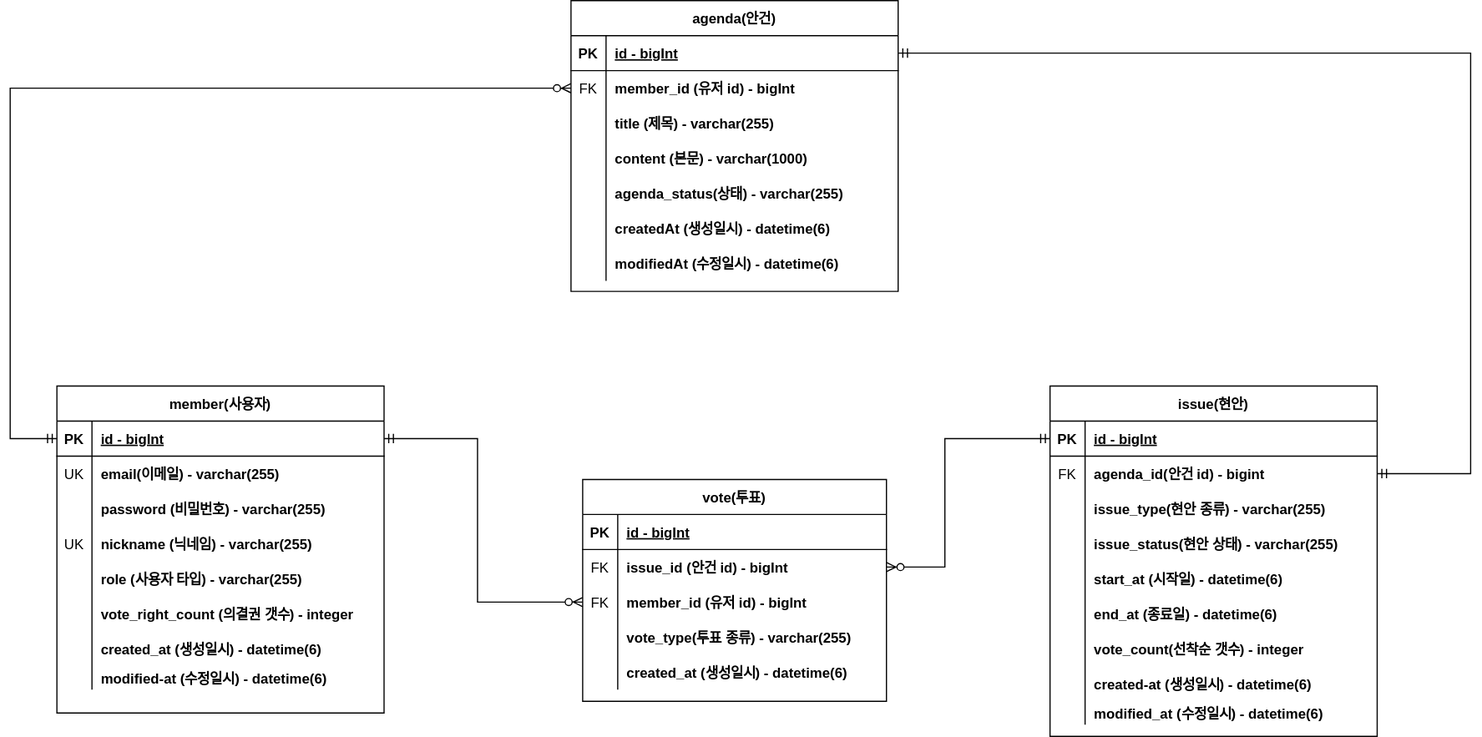
Before: backend/voting/document/voting-erd.svg, a diagram exported from draw.io (haaeee/e-voting). Source tidied: cells renumbered, new cells last; positions are measured from the earlier drawing's top-left corner, leaving out a move shared by most shapes.
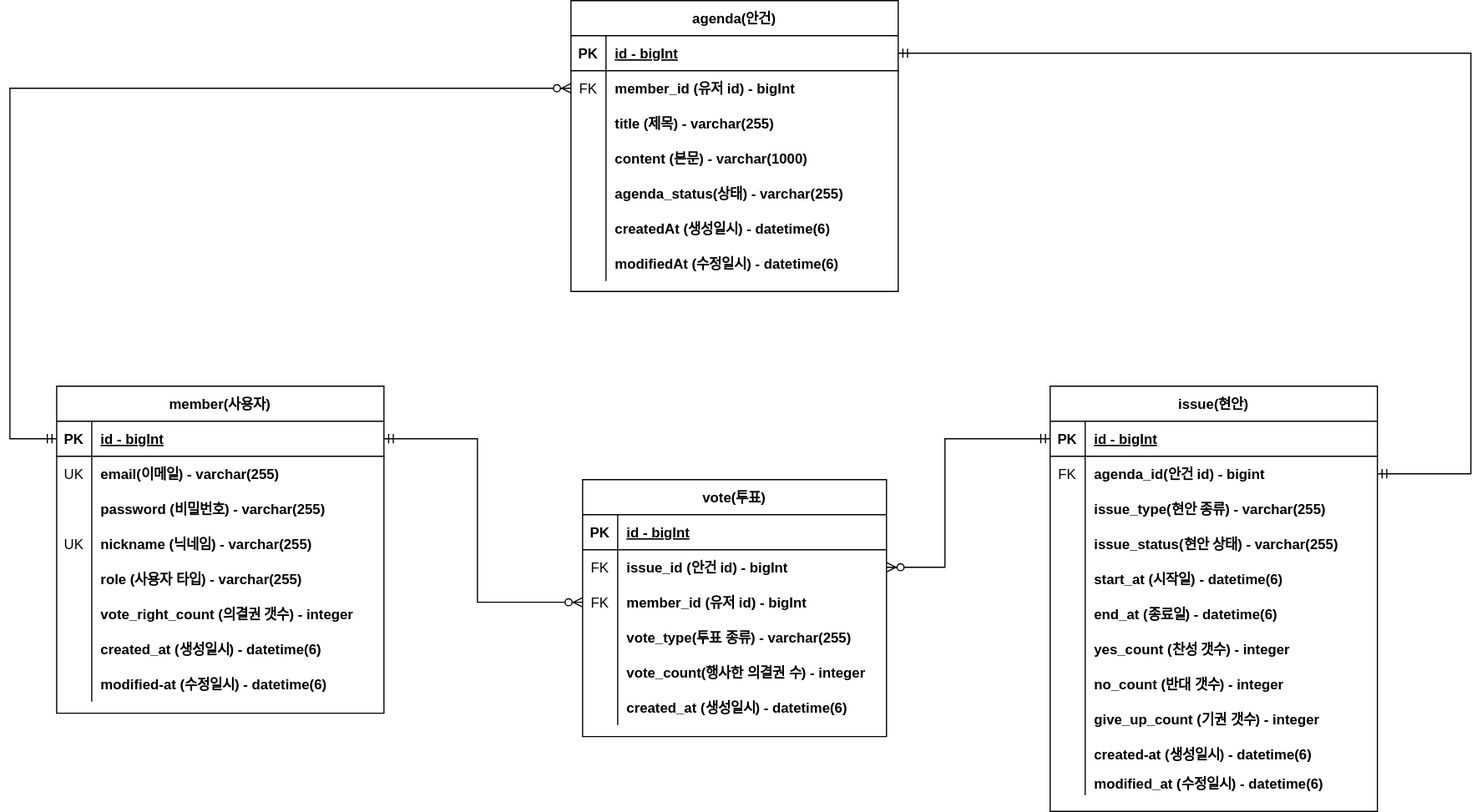
After the commit.

What changed in the source:
```diff
@@ -69,7 +69,7 @@
       <mxGeometry x="30" width="250" height="30" as="geometry" />
     </mxCell>
     <mxCell id="24" value="vote(투표)" style="shape=table;startSize=30;rowLines=0;fontStyle=1;align=center;" parent="1" vertex="1">
-      <mxGeometry x="490" y="410" width="260" height="190" as="geometry" />
+      <mxGeometry x="490" y="410" width="260" height="220" as="geometry" />
     </mxCell>
     <mxCell id="25" style="shape=partialRectangle;fillColor=none;top=0;left=0;right=0;bottom=1;" parent="24" vertex="1">
       <mxGeometry y="30" width="260" height="30" as="geometry" />
@@ -107,8 +107,17 @@
     <mxCell id="36" value="vote_type(투표 종류) - varchar(255)" style="shape=partialRectangle;overflow=hidden;fillColor=none;top=0;left=0;bottom=0;right=0;align=left;spacingLeft=6;fontStyle=1;" parent="34" vertex="1">
       <mxGeometry x="30" width="230" height="30" as="geometry" />
     </mxCell>
+    <mxCell id="99" style="shape=partialRectangle;fillColor=none;top=0;left=0;right=0;bottom=0;" parent="24" vertex="1">
+      <mxGeometry y="150" width="260" height="30" as="geometry" />
+    </mxCell>
+    <mxCell id="100" style="shape=partialRectangle;overflow=hidden;fillColor=none;top=0;left=0;bottom=0;right=0;fontStyle=0;" parent="99" vertex="1">
+      <mxGeometry width="30" height="30" as="geometry" />
+    </mxCell>
+    <mxCell id="101" value="vote_count(행사한 의결권 수) - integer" style="shape=partialRectangle;overflow=hidden;fillColor=none;top=0;left=0;bottom=0;right=0;align=left;spacingLeft=6;fontStyle=1;" parent="99" vertex="1">
+      <mxGeometry x="30" width="230" height="30" as="geometry" />
+    </mxCell>
     <mxCell id="37" style="shape=partialRectangle;fillColor=none;top=0;left=0;right=0;bottom=0;" parent="24" vertex="1">
-      <mxGeometry y="150" width="260" height="30" as="geometry" />
+      <mxGeometry y="180" width="260" height="30" as="geometry" />
     </mxCell>
     <mxCell id="38" style="shape=partialRectangle;overflow=hidden;fillColor=none;top=0;left=0;bottom=0;right=0;" parent="37" vertex="1">
       <mxGeometry width="30" height="30" as="geometry" />
@@ -183,13 +192,13 @@
       <mxGeometry x="30" width="250" height="30" as="geometry" />
     </mxCell>
     <mxCell id="62" style="shape=partialRectangle;fillColor=none;top=0;left=0;right=0;bottom=0;" parent="40" vertex="1">
-      <mxGeometry y="240" width="280" height="20" as="geometry" />
+      <mxGeometry y="240" width="280" height="30" as="geometry" />
     </mxCell>
     <mxCell id="63" style="shape=partialRectangle;overflow=hidden;fillColor=none;top=0;left=0;bottom=0;right=0;" parent="62" vertex="1">
-      <mxGeometry width="30" height="20" as="geometry" />
+      <mxGeometry width="30" height="30" as="geometry" />
     </mxCell>
     <mxCell id="64" value="modified-at (수정일시) - datetime(6)" style="shape=partialRectangle;overflow=hidden;fillColor=none;top=0;left=0;bottom=0;right=0;align=left;spacingLeft=6;fontStyle=1;" parent="62" vertex="1">
-      <mxGeometry x="30" width="250" height="20" as="geometry" />
+      <mxGeometry x="30" width="250" height="30" as="geometry" />
     </mxCell>
     <mxCell id="65" style="edgeStyle=orthogonalEdgeStyle;fontSize=12;html=1;endArrow=ERzeroToMany;startArrow=ERmandOne;exitX=0;exitY=0.5;exitDx=0;exitDy=0;strokeColor=none;rounded=0;" parent="1" edge="1" source="41" target="3">
       <mxGeometry relative="1" as="geometry">
@@ -219,7 +228,7 @@
       </mxGeometry>
     </mxCell>
     <mxCell id="68" value="issue(현안)" style="shape=table;startSize=30;rowLines=0;fontStyle=1;align=center;" parent="1" vertex="1">
-      <mxGeometry x="890" y="330" width="280" height="300" as="geometry" />
+      <mxGeometry x="890" y="330" width="280" height="364" as="geometry" />
     </mxCell>
     <mxCell id="69" style="shape=partialRectangle;fillColor=none;points=[[0,0.5],[1,0.5]];portConstraint=eastwest;top=0;left=0;right=0;bottom=1;" parent="68" vertex="1">
       <mxGeometry y="30" width="280" height="30" as="geometry" />
@@ -281,11 +290,29 @@
     <mxCell id="88" style="shape=partialRectangle;overflow=hidden;fillColor=none;top=0;left=0;bottom=0;right=0;fontStyle=0;" parent="87" vertex="1">
       <mxGeometry width="30" height="30" as="geometry" />
     </mxCell>
-    <mxCell id="89" value="vote_count(선착순 갯수) - integer" style="shape=partialRectangle;overflow=hidden;fillColor=none;top=0;left=0;bottom=0;right=0;align=left;spacingLeft=6;fontStyle=1;" parent="87" vertex="1">
+    <mxCell id="89" value="yes_count (찬성 갯수) - integer" style="shape=partialRectangle;overflow=hidden;fillColor=none;top=0;left=0;bottom=0;right=0;align=left;spacingLeft=6;fontStyle=1;" parent="87" vertex="1">
       <mxGeometry x="30" width="250" height="30" as="geometry" />
     </mxCell>
+    <mxCell id="102" style="shape=partialRectangle;fillColor=none;top=0;left=0;right=0;bottom=0;fontStyle=1;" parent="68" vertex="1">
+      <mxGeometry y="240" width="280" height="30" as="geometry" />
+    </mxCell>
+    <mxCell id="103" style="shape=partialRectangle;overflow=hidden;fillColor=none;top=0;left=0;bottom=0;right=0;fontStyle=0;" parent="102" vertex="1">
+      <mxGeometry width="30" height="30" as="geometry" />
+    </mxCell>
+    <mxCell id="104" value="no_count (반대 갯수) - integer" style="shape=partialRectangle;overflow=hidden;fillColor=none;top=0;left=0;bottom=0;right=0;align=left;spacingLeft=6;fontStyle=1;" parent="102" vertex="1">
+      <mxGeometry x="30" width="250" height="30" as="geometry" />
+    </mxCell>
+    <mxCell id="105" style="shape=partialRectangle;fillColor=none;top=0;left=0;right=0;bottom=0;fontStyle=1;" parent="68" vertex="1">
+      <mxGeometry y="270" width="280" height="30" as="geometry" />
+    </mxCell>
+    <mxCell id="106" style="shape=partialRectangle;overflow=hidden;fillColor=none;top=0;left=0;bottom=0;right=0;fontStyle=0;" parent="105" vertex="1">
+      <mxGeometry width="30" height="30" as="geometry" />
+    </mxCell>
+    <mxCell id="107" value="give_up_count (기권 갯수) - integer" style="shape=partialRectangle;overflow=hidden;fillColor=none;top=0;left=0;bottom=0;right=0;align=left;spacingLeft=6;fontStyle=1;" parent="105" vertex="1">
+      <mxGeometry x="30" width="250" height="30" as="geometry" />
+    </mxCell>
     <mxCell id="90" style="shape=partialRectangle;fillColor=none;top=0;left=0;right=0;bottom=0;" parent="68" vertex="1">
-      <mxGeometry y="240" width="280" height="30" as="geometry" />
+      <mxGeometry y="300" width="280" height="30" as="geometry" />
     </mxCell>
     <mxCell id="91" style="shape=partialRectangle;overflow=hidden;fillColor=none;top=0;left=0;bottom=0;right=0;" parent="90" vertex="1">
       <mxGeometry width="30" height="30" as="geometry" />
@@ -294,7 +321,7 @@
       <mxGeometry x="30" width="250" height="30" as="geometry" />
     </mxCell>
     <mxCell id="93" style="shape=partialRectangle;fillColor=none;top=0;left=0;right=0;bottom=0;" parent="68" vertex="1">
-      <mxGeometry y="270" width="280" height="20" as="geometry" />
+      <mxGeometry y="330" width="280" height="20" as="geometry" />
     </mxCell>
     <mxCell id="94" style="shape=partialRectangle;overflow=hidden;fillColor=none;top=0;left=0;bottom=0;right=0;" parent="93" vertex="1">
       <mxGeometry width="30" height="20" as="geometry" />
```
